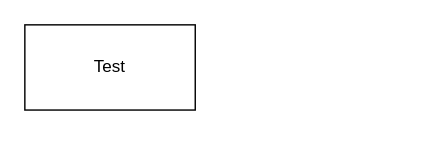
Above: doc/Diagram1.drawio in yerfdogyrag/tellify (draw.io), before the change. Source tidied: cells renumbered, new cells numbered last; positions are measured from the earlier drawing's top-left corner, leaving out a move shared by most shapes. Both pictures are drawn from the tidied source at 142%, with x=0, y=0 at pixel (24, 24).
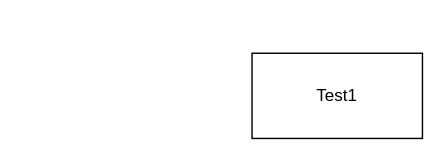
Above is the later version.

The edit, as a diff of the source:
```diff
@@
 <mxGraphModel>
   <root>
     <mxCell id="0" />
     <mxCell id="1" parent="0" />
-    <mxCell id="2" value="Test" style="rounded=0;whiteSpace=wrap;html=1;" parent="1" vertex="1">
-      <mxGeometry width="120" height="60" as="geometry" />
-    </mxCell>
+    <mxCell id="3" value="Test1" style="rounded=0;whiteSpace=wrap;html=1;" parent="1" vertex="1">
+      <mxGeometry x="160" y="20" width="120" height="60" as="geometry" />
+    </mxCell>
   </root>
 </mxGraphModel>
```
